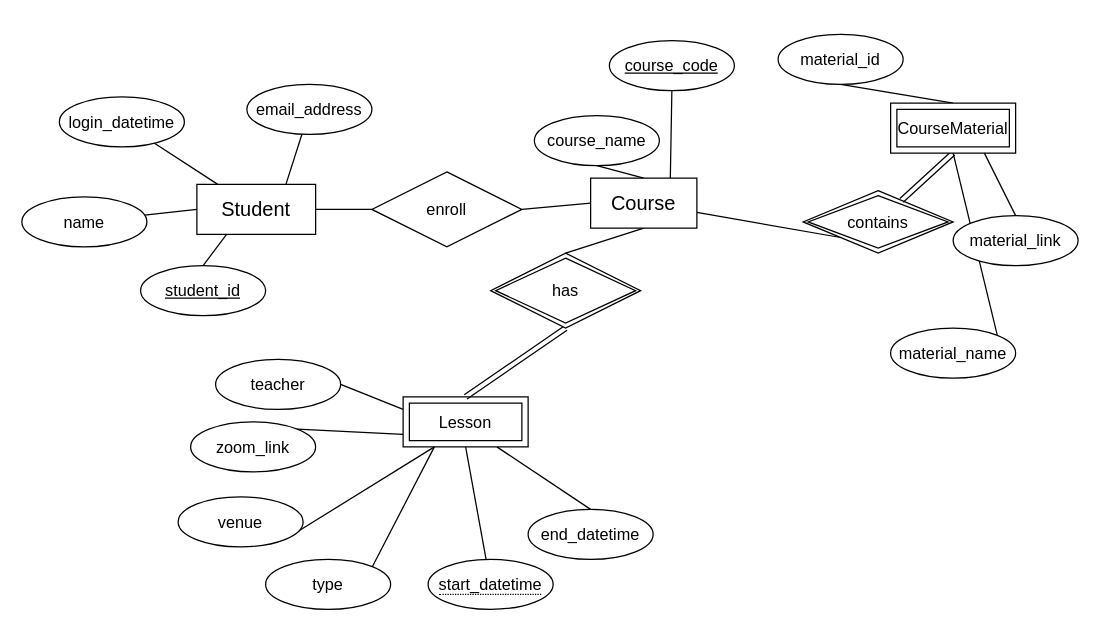
The draw.io diagram page "ERD Habit Tracker app" (1 of 2) of ER_diagram_drawio.drawio in jevrii/comp3278-face-recognition, before the edit. Source tidied: cells renumbered, new cells numbered last; positions are measured from the earlier drawing's top-left corner, leaving out a move shared by most shapes. Both pictures are drawn from the tidied source at 125%, with x=0, y=0 at pixel (21, 34).
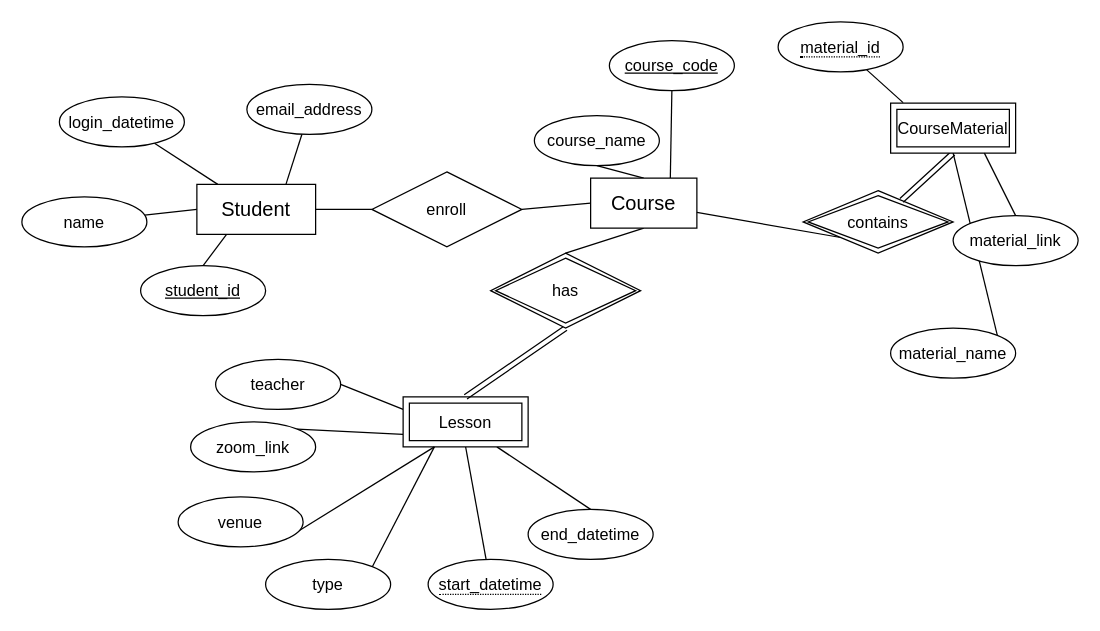
The same page after the edit.

Commit message (it also covers changes not shown here):
update the primary keys; upload drawio PNG

Unchanged cells that the change refers to:
```xml
<mxCell id="39" value="CourseMaterial" style="shape=ext;margin=3;double=1;whiteSpace=wrap;html=1;align=center;fontSize=13;" parent="1" vertex="1">
  <mxGeometry x="695" y="55" width="100" height="40" as="geometry" />
</mxCell>
```

What changed in the source:
```diff
@@
-    <mxCell id="38" style="edgeStyle=none;rounded=0;jettySize=auto;html=1;exitX=0.5;exitY=0;exitDx=0;exitDy=0;entryX=0.5;entryY=1;entryDx=0;entryDy=0;endArrow=none;endFill=0;fontSize=13;" parent="1" edge="1" source="39" target="40">
-      <mxGeometry relative="1" as="geometry" />
-    </mxCell>
@@
-    <mxCell id="40" value="material_id" style="ellipse;whiteSpace=wrap;html=1;align=center;fontSize=13;" parent="1" vertex="1">
-      <mxGeometry x="605" width="100" height="40" as="geometry" />
-    </mxCell>
@@
+    <mxCell id="40" value="&lt;span style=&quot;border-bottom: 1px dotted&quot;&gt;material_id&lt;/span&gt;" style="ellipse;whiteSpace=wrap;html=1;align=center;fontSize=13;" parent="1" vertex="1">
+      <mxGeometry x="605" y="-10" width="100" height="40" as="geometry" />
+    </mxCell>
+    <mxCell id="46" style="edgeStyle=none;rounded=0;jettySize=auto;html=1;entryX=0.1;entryY=-0.01;entryDx=0;entryDy=0;entryPerimeter=0;endArrow=none;endFill=0;fontSize=13;" parent="1" edge="1" source="40" target="39">
+      <mxGeometry relative="1" as="geometry" />
+    </mxCell>
```
